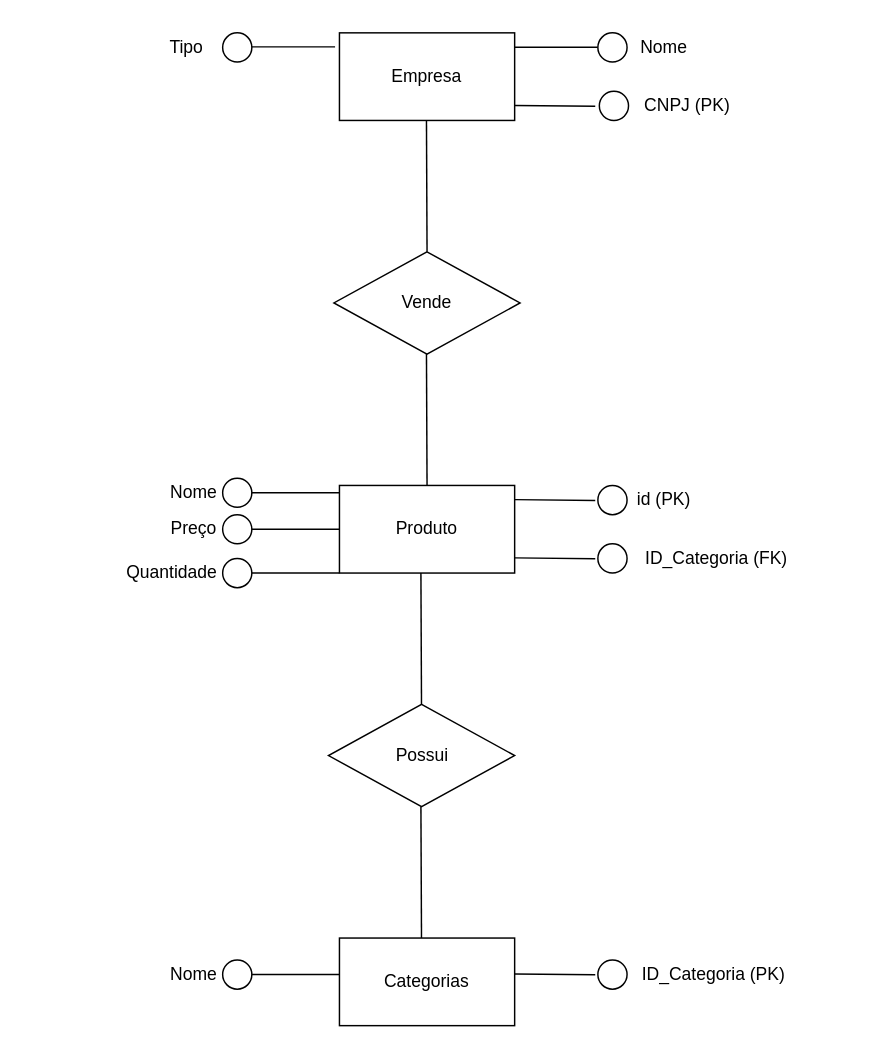
Before: Diagrama sem nome.drawio in BlueishCupcake/estacio-banco-de-dados, a draw.io diagram. Source tidied: cells renumbered, new cells numbered last; positions are measured from the earlier drawing's top-left corner, leaving out a move shared by most shapes. Both pictures are drawn from the tidied source at 146%, with x=0, y=0 at pixel (105, 25).
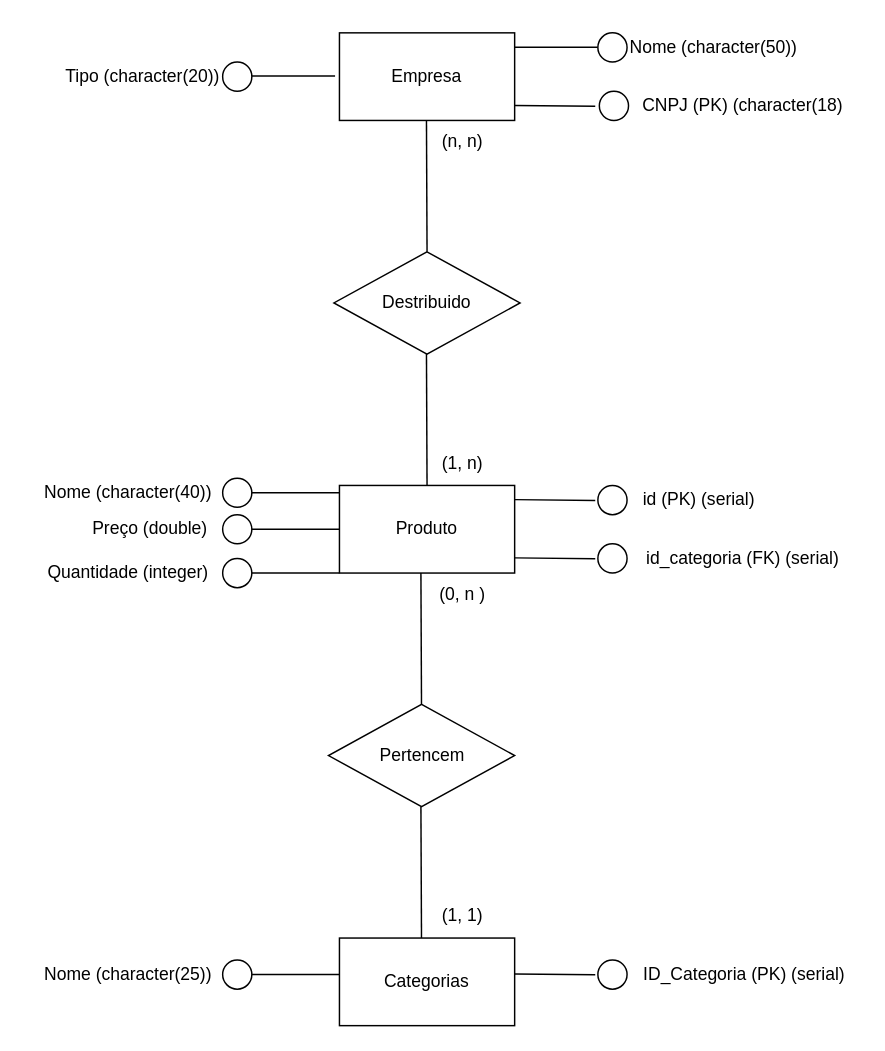
After the change.

Diff of the diagram source:
```diff
@@
-    <mxCell id="5" value="Nome" style="text;html=1;align=center;verticalAlign=middle;strokeColor=none;fillColor=none;" parent="1" vertex="1">
-      <mxGeometry x="352" width="60" height="30" as="geometry" />
+    <mxCell id="5" value="Nome (character(50))" style="text;html=1;align=center;verticalAlign=middle;strokeColor=none;fillColor=none;" parent="1" vertex="1">
+      <mxGeometry x="345.8" width="140" height="30" as="geometry" />
     </mxCell>
@@
-    <mxCell id="7" value="CNPJ (PK)" style="text;html=1;align=center;verticalAlign=middle;strokeColor=none;fillColor=none;" parent="1" vertex="1">
-      <mxGeometry x="358" y="40" width="80" height="30" as="geometry" />
+    <mxCell id="7" value="CNPJ (PK) (character(18)" style="text;html=1;align=center;verticalAlign=middle;strokeColor=none;fillColor=none;" parent="1" vertex="1">
+      <mxGeometry x="355.8" y="40" width="160" height="30" as="geometry" />
     </mxCell>
@@
     <mxCell id="9" style="endArrow=none;html=1;rounded=0;entryX=0;entryY=0.5;entryDx=0;entryDy=0;" parent="1" edge="1">
       <mxGeometry relative="1" as="geometry">
-        <mxPoint x="100" y="14.6" as="sourcePoint" />
-        <mxPoint x="157" y="14.6" as="targetPoint" />
+        <mxPoint x="100" y="34.6" as="sourcePoint" />
+        <mxPoint x="157" y="34.6" as="targetPoint" />
       </mxGeometry>
     </mxCell>
     <mxCell id="10" style="ellipse;whiteSpace=wrap;html=1;" parent="1" vertex="1">
-      <mxGeometry x="80" y="5" width="20" height="20" as="geometry" />
+      <mxGeometry x="80" y="25" width="20" height="20" as="geometry" />
     </mxCell>
-    <mxCell id="11" value="Tipo" style="text;html=1;align=center;verticalAlign=middle;strokeColor=none;fillColor=none;" parent="1" vertex="1">
-      <mxGeometry x="30" width="50" height="30" as="geometry" />
+    <mxCell id="11" value="Tipo (character(20))" style="text;html=1;align=center;verticalAlign=middle;strokeColor=none;fillColor=none;" parent="1" vertex="1">
+      <mxGeometry x="-40" y="20" width="130" height="30" as="geometry" />
     </mxCell>
@@
-    <mxCell id="13" value="Vende" style="rhombus;whiteSpace=wrap;html=1;" parent="1" vertex="1">
+    <mxCell id="13" value="Destribuido" style="rhombus;whiteSpace=wrap;html=1;" parent="1" vertex="1">
       <mxGeometry x="156.2" y="155" width="127.5" height="70" as="geometry" />
     </mxCell>
@@
-    <mxCell id="18" value="id (PK)" style="text;html=1;align=center;verticalAlign=middle;strokeColor=none;fillColor=none;" parent="1" vertex="1">
-      <mxGeometry x="352" y="310" width="60" height="30" as="geometry" />
+    <mxCell id="18" value="id (PK) (serial)" style="text;html=1;align=center;verticalAlign=middle;strokeColor=none;fillColor=none;" parent="1" vertex="1">
+      <mxGeometry x="355.8" y="310" width="100" height="30" as="geometry" />
     </mxCell>
@@
-    <mxCell id="21" value="Nome" style="text;html=1;align=center;verticalAlign=middle;strokeColor=none;fillColor=none;" parent="1" vertex="1">
-      <mxGeometry x="30" y="305" width="60" height="30" as="geometry" />
+    <mxCell id="21" value="Nome (character(40))" style="text;html=1;align=center;verticalAlign=middle;strokeColor=none;fillColor=none;" parent="1" vertex="1">
+      <mxGeometry x="-55" y="305" width="140" height="30" as="geometry" />
     </mxCell>
-    <mxCell id="22" value="ID_Categoria (FK)" style="text;html=1;align=center;verticalAlign=middle;strokeColor=none;fillColor=none;" parent="1" vertex="1">
-      <mxGeometry x="358" y="350" width="120" height="30" as="geometry" />
+    <mxCell id="22" value="id_categoria (FK) (serial)" style="text;html=1;align=center;verticalAlign=middle;strokeColor=none;fillColor=none;" parent="1" vertex="1">
+      <mxGeometry x="355.8" y="350" width="160" height="30" as="geometry" />
     </mxCell>
@@
-    <mxCell id="25" value="Preço" style="text;html=1;align=center;verticalAlign=middle;strokeColor=none;fillColor=none;" parent="1" vertex="1">
-      <mxGeometry x="35" y="330" width="50" height="30" as="geometry" />
+    <mxCell id="25" value="Preço (double)" style="text;html=1;align=center;verticalAlign=middle;strokeColor=none;fillColor=none;" parent="1" vertex="1">
+      <mxGeometry x="-20" y="330" width="100" height="30" as="geometry" />
     </mxCell>
@@
-    <mxCell id="28" value="Quantidade" style="text;html=1;align=center;verticalAlign=middle;strokeColor=none;fillColor=none;" parent="1" vertex="1">
-      <mxGeometry y="360" width="90" height="30" as="geometry" />
+    <mxCell id="28" value="Quantidade (integer)" style="text;html=1;align=center;verticalAlign=middle;strokeColor=none;fillColor=none;" parent="1" vertex="1">
+      <mxGeometry x="-50" y="360" width="130" height="30" as="geometry" />
     </mxCell>
@@
-    <mxCell id="30" value="ID_Categoria (PK)" style="text;html=1;align=center;verticalAlign=middle;strokeColor=none;fillColor=none;" parent="1" vertex="1">
-      <mxGeometry x="355.8" y="635" width="120" height="30" as="geometry" />
+    <mxCell id="30" value="ID_Categoria (PK) (serial)" style="text;html=1;align=center;verticalAlign=middle;strokeColor=none;fillColor=none;" parent="1" vertex="1">
+      <mxGeometry x="357" y="635" width="160" height="30" as="geometry" />
     </mxCell>
@@
-    <mxCell id="35" value="Possui" style="rhombus;whiteSpace=wrap;html=1;" parent="1" vertex="1">
+    <mxCell id="35" value="Pertencem" style="rhombus;whiteSpace=wrap;html=1;" parent="1" vertex="1">
       <mxGeometry x="152.5" y="465" width="127.5" height="70" as="geometry" />
     </mxCell>
@@
-    <mxCell id="40" value="Nome" style="text;html=1;align=center;verticalAlign=middle;strokeColor=none;fillColor=none;" parent="1" vertex="1">
-      <mxGeometry x="30" y="635" width="60" height="30" as="geometry" />
+    <mxCell id="40" value="Nome (character(25))" style="text;html=1;align=center;verticalAlign=middle;strokeColor=none;fillColor=none;" parent="1" vertex="1">
+      <mxGeometry x="-55" y="635" width="140" height="30" as="geometry" />
     </mxCell>
+    <mxCell id="41" value="(n, n)" style="text;html=1;align=center;verticalAlign=middle;strokeColor=none;fillColor=none;" parent="1" vertex="1">
+      <mxGeometry x="219" y="65" width="50" height="30" as="geometry" />
+    </mxCell>
+    <mxCell id="42" value="(1, n)" style="text;html=1;align=center;verticalAlign=middle;strokeColor=none;fillColor=none;" parent="1" vertex="1">
+      <mxGeometry x="219" y="285" width="50" height="30" as="geometry" />
+    </mxCell>
+    <mxCell id="43" value="(0, n )" style="text;html=1;align=center;verticalAlign=middle;strokeColor=none;fillColor=none;" parent="1" vertex="1">
+      <mxGeometry x="219" y="375" width="50" height="30" as="geometry" />
+    </mxCell>
+    <mxCell id="44" value="(1, 1)" style="text;html=1;align=center;verticalAlign=middle;strokeColor=none;fillColor=none;" parent="1" vertex="1">
+      <mxGeometry x="219" y="595" width="50" height="30" as="geometry" />
+    </mxCell>
```
